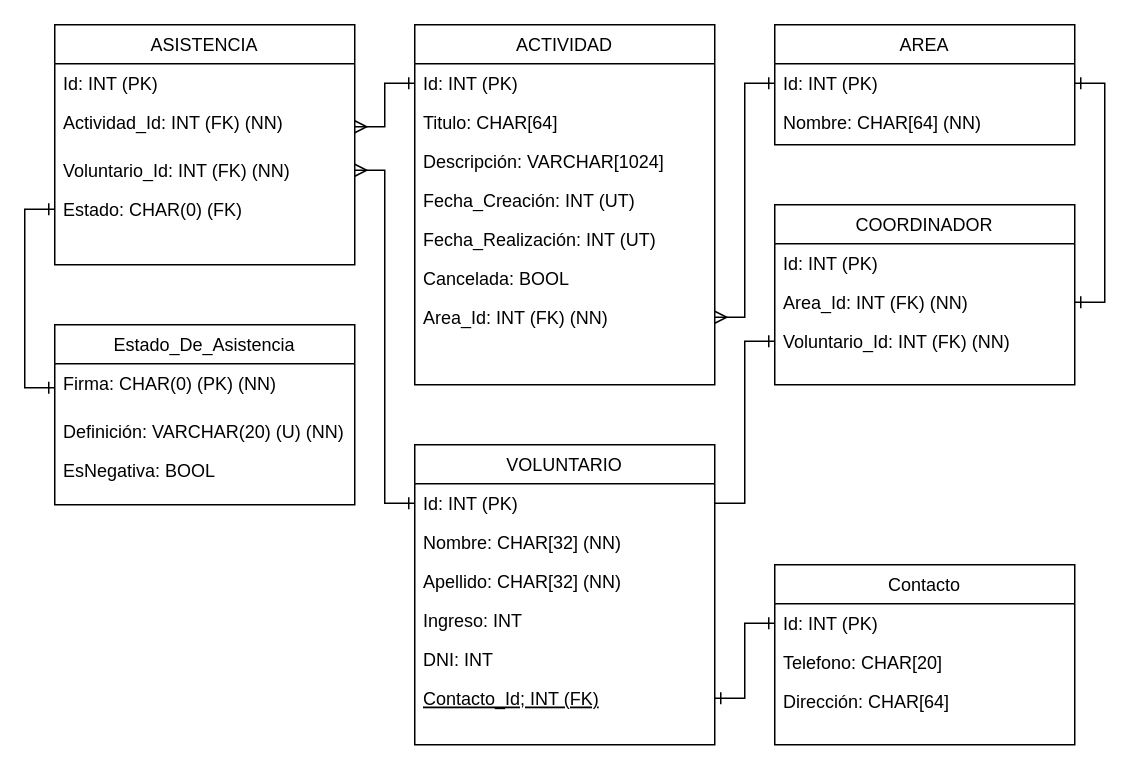
This is dragrama-fisico.drawio from DDamianoff/Scavenger-Oversight, a draw.io file, before an edit. Source tidied: cells renumbered, new cells numbered last; positions are measured from the earlier drawing's top-left corner, leaving out a move shared by most shapes. Both pictures are drawn from the tidied source at 150%, with x=0, y=0 at pixel (54, 24).
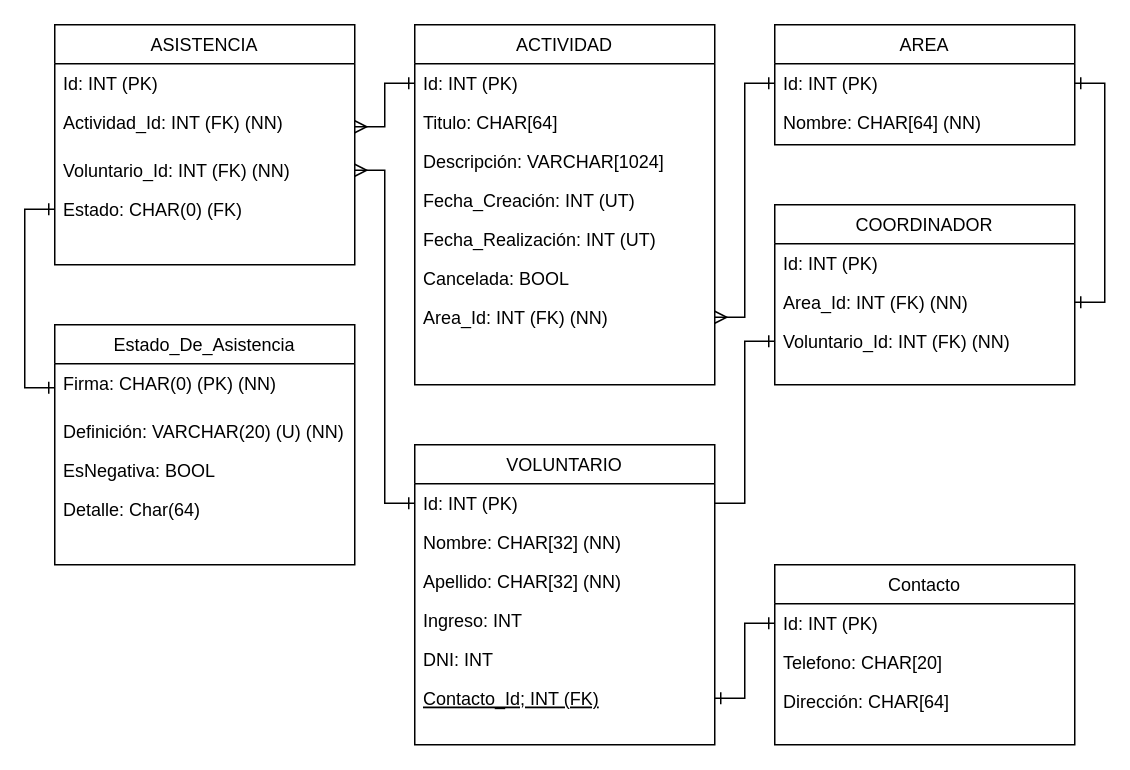
The same diagram, later.

Commit message (it also covers changes not shown here):
Campo faltante en tabla

Diff of the diagram source:
```diff
@@
     <mxCell id="39" value="Estado_De_Asistencia" style="swimlane;fontStyle=0;align=center;verticalAlign=top;horizontal=1;startSize=26;rounded=0;shadow=0;strokeWidth=1;" parent="1" vertex="1">
-      <mxGeometry y="200" width="200" height="120" as="geometry" />
+      <mxGeometry y="200" width="200" height="160" as="geometry" />
     </mxCell>
@@
+    <mxCell id="44" value="Detalle: Char(64)" style="text;align=left;verticalAlign=top;spacingLeft=4;spacingRight=4;overflow=hidden;" parent="39" vertex="1">
+      <mxGeometry y="110" width="200" height="26" as="geometry" />
+    </mxCell>
```
